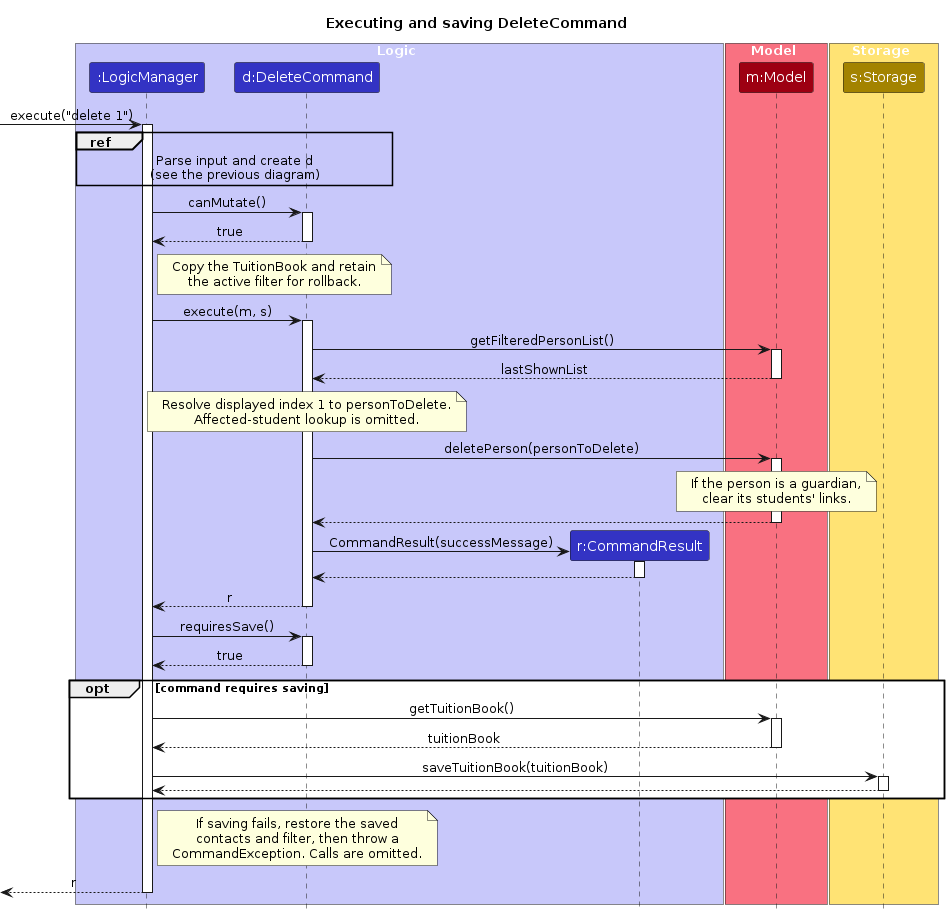
Before: diagrams/DeleteExecutionSequenceDiagram.png, a diagram exported from PlantUML (AY2627S1-CS2103T-T16-2/tp). Its source is kept beside it as diagrams/DeleteExecutionSequenceDiagram.puml. The source it was exported from:
```plantuml
@startuml
!include style.puml
skinparam ArrowFontStyle plain

title Executing and saving DeleteCommand

box Logic LOGIC_COLOR_T1
participant ":LogicManager" as LogicManager LOGIC_COLOR
participant "d:DeleteCommand" as DeleteCommand LOGIC_COLOR
participant "r:CommandResult" as CommandResult LOGIC_COLOR
end box

box Model MODEL_COLOR_T1
participant "m:Model" as Model MODEL_COLOR
end box

box Storage STORAGE_COLOR_T1
participant "s:Storage" as Storage STORAGE_COLOR
end box

[-> LogicManager : execute("delete 1")
activate LogicManager

ref over LogicManager, DeleteCommand
Parse input and create d
(see the previous diagram)
end ref

LogicManager -> DeleteCommand : canMutate()
activate DeleteCommand
DeleteCommand --> LogicManager : true
deactivate DeleteCommand

note right of LogicManager
Copy the TuitionBook and retain
the active filter for rollback.
end note

LogicManager -> DeleteCommand : execute(m, s)
activate DeleteCommand

DeleteCommand -> Model : getFilteredPersonList()
activate Model
Model --> DeleteCommand : lastShownList
deactivate Model

note over DeleteCommand
Resolve displayed index 1 to personToDelete.
Affected-student lookup is omitted.
end note

DeleteCommand -> Model : deletePerson(personToDelete)
activate Model

note over Model
If the person is a guardian,
clear its students' links.
end note

Model --> DeleteCommand
deactivate Model

create CommandResult
DeleteCommand -> CommandResult : CommandResult(successMessage)
activate CommandResult
CommandResult --> DeleteCommand
deactivate CommandResult

DeleteCommand --> LogicManager : r
deactivate DeleteCommand

LogicManager -> DeleteCommand : requiresSave()
activate DeleteCommand
DeleteCommand --> LogicManager : true
deactivate DeleteCommand

opt command requires saving
    LogicManager -> Model : getTuitionBook()
    activate Model
    Model --> LogicManager : tuitionBook
    deactivate Model

    LogicManager -> Storage : saveTuitionBook(tuitionBook)
    activate Storage
    Storage --> LogicManager
    deactivate Storage
end

note right of LogicManager
If saving fails, restore the saved
contacts and filter, then throw a
CommandException. Calls are omitted.
end note

[<-- LogicManager : r
deactivate LogicManager

@enduml
```
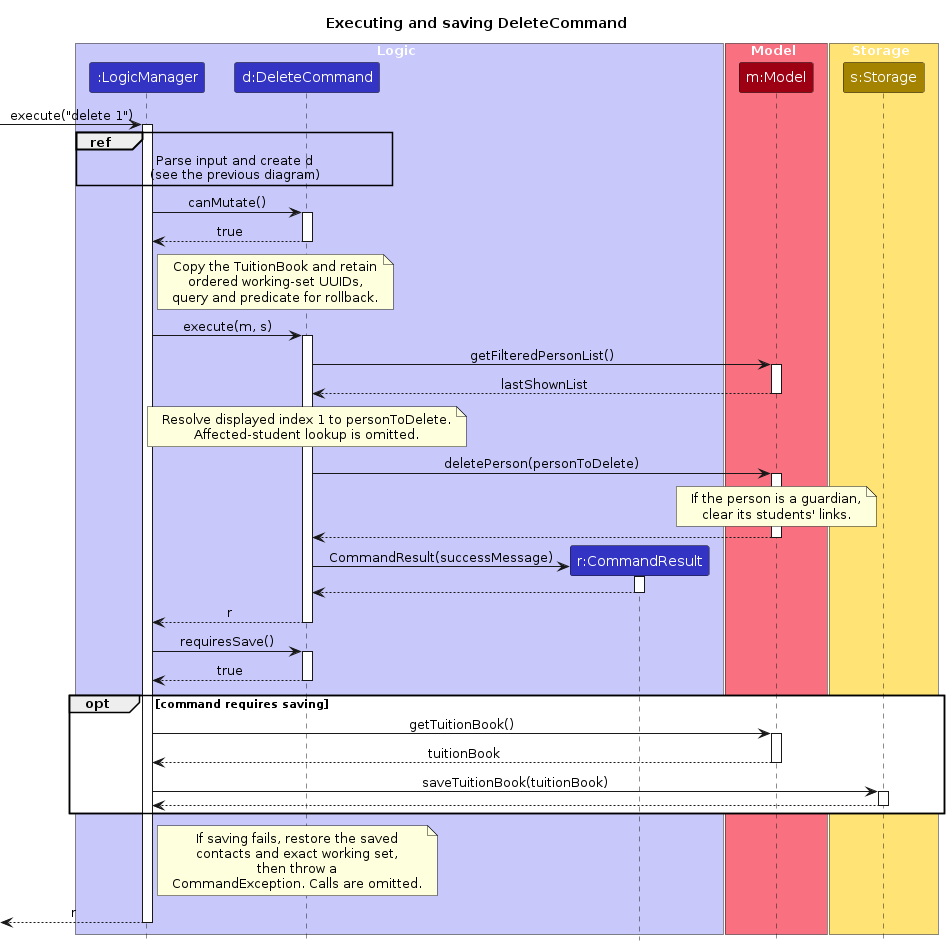
Above is the later version.

What changed in the source:
```diff
@@ -33,7 +33,8 @@
 
 note right of LogicManager
 Copy the TuitionBook and retain
-the active filter for rollback.
+ordered working-set UUIDs,
+query and predicate for rollback.
 end note
 
 LogicManager -> DeleteCommand : execute(m, s)
@@ -88,7 +89,8 @@
 
 note right of LogicManager
 If saving fails, restore the saved
-contacts and filter, then throw a
+contacts and exact working set,
+then throw a
 CommandException. Calls are omitted.
 end note
 
```
